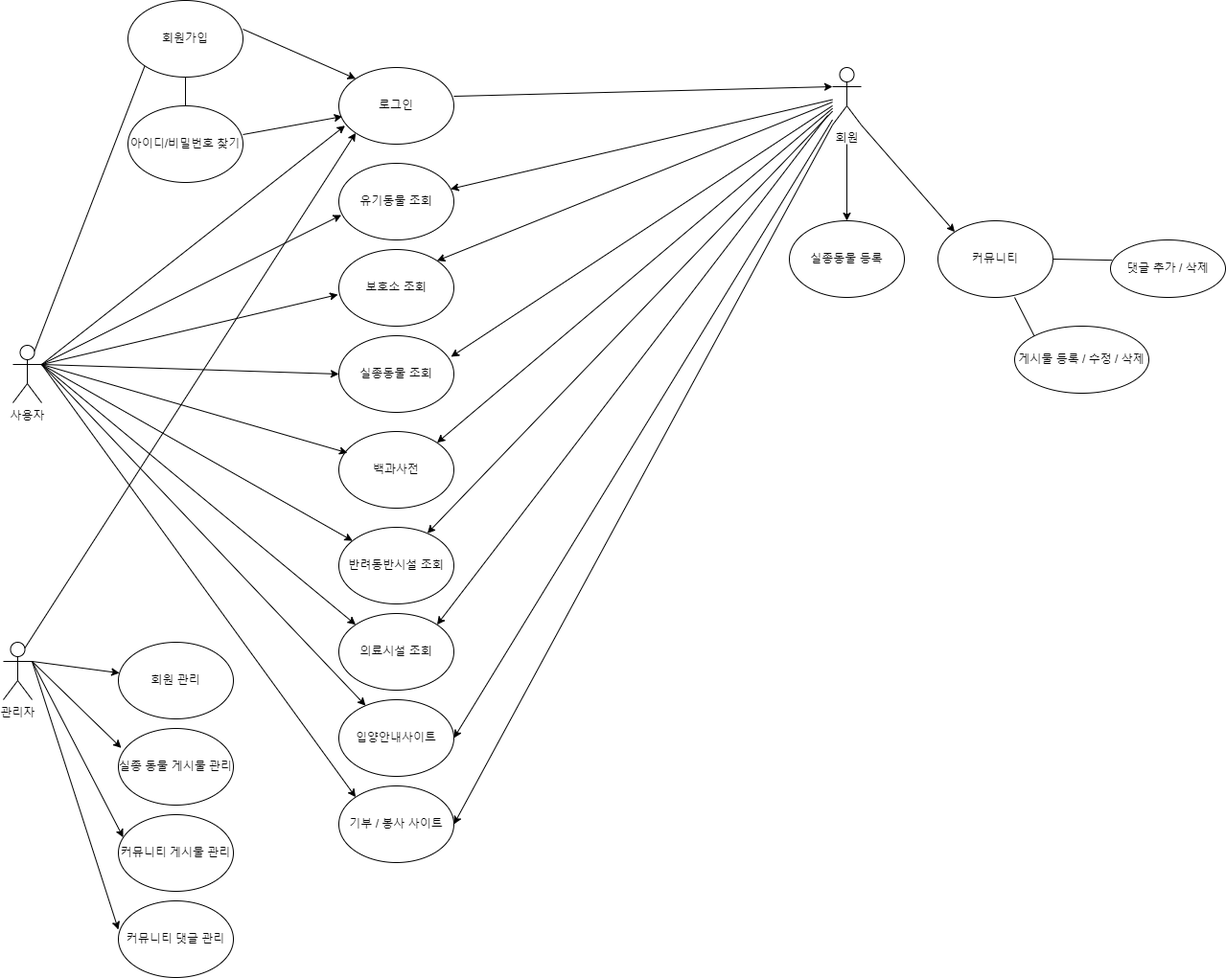
The draw.io diagram public/img/GOP 다이어그램.drawio.png in zkszka/GOPprj, before a commit. Source tidied: cells renumbered, new cells last; positions are measured from the earlier drawing's top-left corner, leaving out a move shared by most shapes.
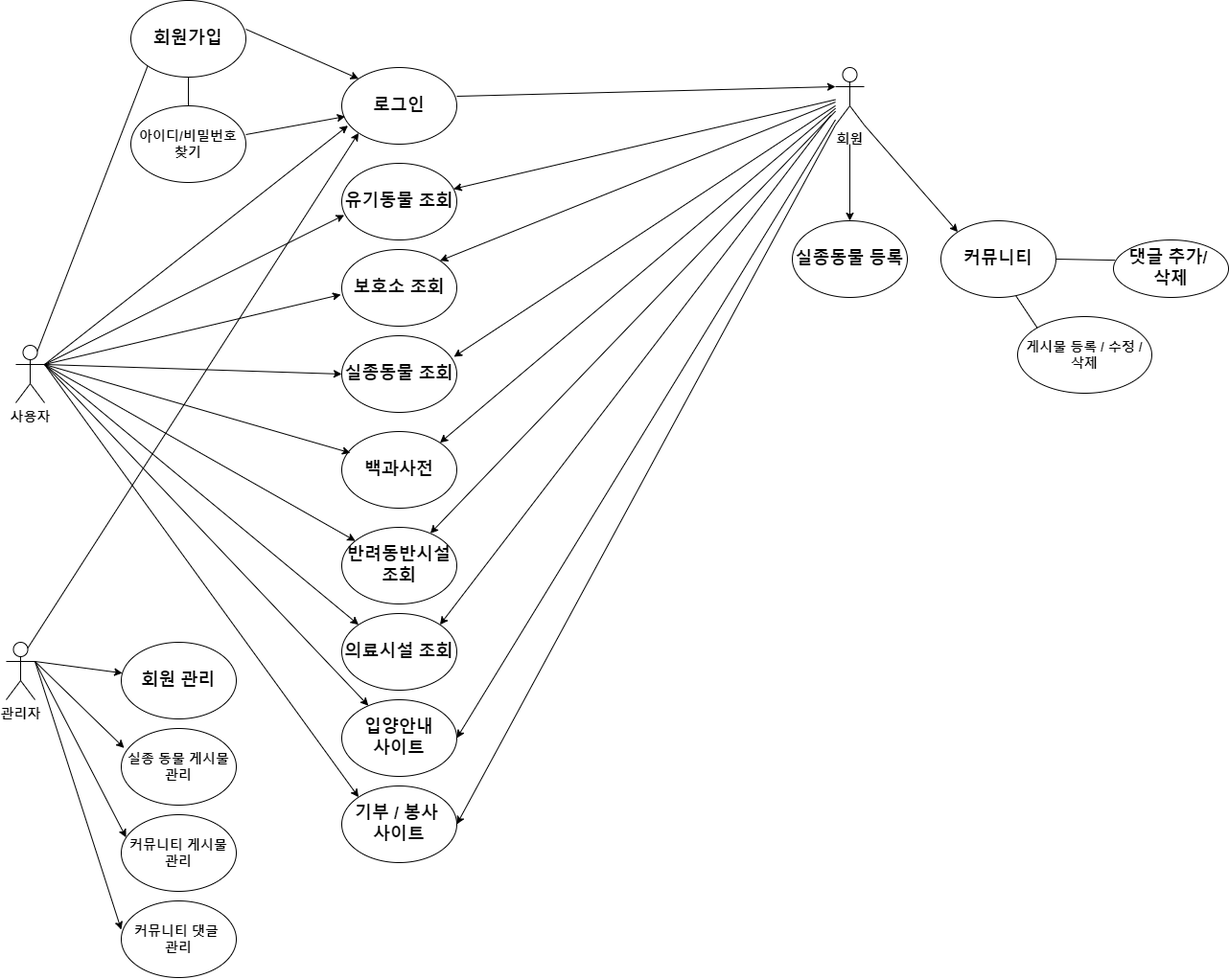
Above is the later version.

Commit message:
GOP 다이어그램.drawio.png 업데이트

What changed in the source:
```diff
@@ -2,64 +2,64 @@
   <root>
     <mxCell id="0" />
     <mxCell id="1" parent="0" />
-    <mxCell id="2" value="사용자" style="shape=umlActor;verticalLabelPosition=bottom;verticalAlign=top;html=1;outlineConnect=0;" parent="1" vertex="1">
+    <mxCell id="2" value="&lt;font style=&quot;font-size: 14px;&quot;&gt;&lt;b&gt;사용자&lt;/b&gt;&lt;/font&gt;" style="shape=umlActor;verticalLabelPosition=bottom;verticalAlign=top;html=1;outlineConnect=0;" parent="1" vertex="1">
       <mxGeometry x="10" y="360" width="30" height="60" as="geometry" />
     </mxCell>
-    <mxCell id="3" value="회원가입" style="ellipse;whiteSpace=wrap;html=1;" parent="1" vertex="1">
+    <mxCell id="3" value="&lt;font style=&quot;font-size: 18px;&quot;&gt;&lt;b style=&quot;&quot;&gt;회원가입&lt;/b&gt;&lt;/font&gt;" style="ellipse;whiteSpace=wrap;html=1;" parent="1" vertex="1">
       <mxGeometry x="130" width="120" height="80" as="geometry" />
     </mxCell>
-    <mxCell id="4" value="아이디/비밀번호 찾기" style="ellipse;whiteSpace=wrap;html=1;" parent="1" vertex="1">
+    <mxCell id="4" value="&lt;font style=&quot;font-size: 14px;&quot;&gt;&lt;b&gt;아이디/비밀번호 찾기&lt;/b&gt;&lt;/font&gt;" style="ellipse;whiteSpace=wrap;html=1;" parent="1" vertex="1">
       <mxGeometry x="130" y="110" width="120" height="80" as="geometry" />
     </mxCell>
-    <mxCell id="5" value="로그인" style="ellipse;whiteSpace=wrap;html=1;" parent="1" vertex="1">
+    <mxCell id="5" value="&lt;font style=&quot;font-size: 18px;&quot;&gt;&lt;b&gt;로그인&lt;/b&gt;&lt;/font&gt;" style="ellipse;whiteSpace=wrap;html=1;" parent="1" vertex="1">
       <mxGeometry x="350" y="70" width="120" height="80" as="geometry" />
     </mxCell>
-    <mxCell id="6" value="유기동물 조회" style="ellipse;whiteSpace=wrap;html=1;" parent="1" vertex="1">
+    <mxCell id="6" value="&lt;font style=&quot;font-size: 18px;&quot;&gt;&lt;b&gt;유기동물 조회&lt;/b&gt;&lt;/font&gt;" style="ellipse;whiteSpace=wrap;html=1;" parent="1" vertex="1">
       <mxGeometry x="350" y="170" width="120" height="80" as="geometry" />
     </mxCell>
-    <mxCell id="7" value="회원" style="shape=umlActor;verticalLabelPosition=bottom;verticalAlign=top;html=1;outlineConnect=0;" parent="1" vertex="1">
+    <mxCell id="7" value="&lt;font style=&quot;font-size: 14px;&quot;&gt;&lt;b&gt;회원&lt;/b&gt;&lt;/font&gt;" style="shape=umlActor;verticalLabelPosition=bottom;verticalAlign=top;html=1;outlineConnect=0;" parent="1" vertex="1">
       <mxGeometry x="865" y="70" width="30" height="60" as="geometry" />
     </mxCell>
-    <mxCell id="8" value="보호소 조회" style="ellipse;whiteSpace=wrap;html=1;" parent="1" vertex="1">
+    <mxCell id="8" value="&lt;font style=&quot;font-size: 18px;&quot;&gt;&lt;b&gt;보호소 조회&lt;/b&gt;&lt;/font&gt;" style="ellipse;whiteSpace=wrap;html=1;" parent="1" vertex="1">
       <mxGeometry x="350" y="260" width="120" height="80" as="geometry" />
     </mxCell>
-    <mxCell id="9" value="실종동물 조회" style="ellipse;whiteSpace=wrap;html=1;" parent="1" vertex="1">
+    <mxCell id="9" value="&lt;font style=&quot;font-size: 18px;&quot;&gt;&lt;b&gt;실종동물 조회&lt;/b&gt;&lt;/font&gt;" style="ellipse;whiteSpace=wrap;html=1;" parent="1" vertex="1">
       <mxGeometry x="350" y="350" width="120" height="80" as="geometry" />
     </mxCell>
-    <mxCell id="10" value="반려동반시설 조회" style="ellipse;whiteSpace=wrap;html=1;" parent="1" vertex="1">
+    <mxCell id="10" value="&lt;font style=&quot;font-size: 18px;&quot;&gt;&lt;b&gt;반려동반시설 조회&lt;/b&gt;&lt;/font&gt;" style="ellipse;whiteSpace=wrap;html=1;" parent="1" vertex="1">
       <mxGeometry x="350" y="550" width="120" height="80" as="geometry" />
     </mxCell>
-    <mxCell id="11" value="백과사전" style="ellipse;whiteSpace=wrap;html=1;" parent="1" vertex="1">
+    <mxCell id="11" value="&lt;font style=&quot;font-size: 18px;&quot;&gt;&lt;b&gt;백과사전&lt;/b&gt;&lt;/font&gt;" style="ellipse;whiteSpace=wrap;html=1;" parent="1" vertex="1">
       <mxGeometry x="350" y="450" width="120" height="80" as="geometry" />
     </mxCell>
-    <mxCell id="12" value="의료시설 조회" style="ellipse;whiteSpace=wrap;html=1;" parent="1" vertex="1">
+    <mxCell id="12" value="&lt;font style=&quot;font-size: 18px;&quot;&gt;&lt;b&gt;의료시설 조회&lt;/b&gt;&lt;/font&gt;" style="ellipse;whiteSpace=wrap;html=1;" parent="1" vertex="1">
       <mxGeometry x="350" y="640" width="120" height="80" as="geometry" />
     </mxCell>
-    <mxCell id="13" value="실종동물 등록" style="ellipse;whiteSpace=wrap;html=1;" parent="1" vertex="1">
+    <mxCell id="13" value="&lt;font style=&quot;font-size: 18px;&quot;&gt;&lt;b&gt;실종동물 등록&lt;/b&gt;&lt;/font&gt;" style="ellipse;whiteSpace=wrap;html=1;" parent="1" vertex="1">
       <mxGeometry x="820" y="230" width="120" height="80" as="geometry" />
     </mxCell>
-    <mxCell id="14" value="커뮤니티" style="ellipse;whiteSpace=wrap;html=1;" parent="1" vertex="1">
+    <mxCell id="14" value="&lt;font style=&quot;font-size: 18px;&quot;&gt;&lt;b&gt;커뮤니티&lt;/b&gt;&lt;/font&gt;" style="ellipse;whiteSpace=wrap;html=1;" parent="1" vertex="1">
       <mxGeometry x="975" y="230" width="120" height="80" as="geometry" />
     </mxCell>
-    <mxCell id="15" value="입양안내사이트" style="ellipse;whiteSpace=wrap;html=1;" parent="1" vertex="1">
+    <mxCell id="15" value="&lt;font style=&quot;font-size: 18px;&quot;&gt;&lt;b&gt;입양안내&lt;/b&gt;&lt;/font&gt;&lt;div&gt;&lt;font style=&quot;font-size: 18px;&quot;&gt;&lt;b&gt;사이트&lt;/b&gt;&lt;/font&gt;&lt;/div&gt;" style="ellipse;whiteSpace=wrap;html=1;" parent="1" vertex="1">
       <mxGeometry x="350" y="730" width="120" height="80" as="geometry" />
     </mxCell>
-    <mxCell id="16" value="기부 / 봉사 사이트" style="ellipse;whiteSpace=wrap;html=1;" parent="1" vertex="1">
+    <mxCell id="16" value="&lt;font style=&quot;font-size: 18px;&quot;&gt;&lt;b&gt;기부 / 봉사&amp;nbsp;&lt;/b&gt;&lt;/font&gt;&lt;div&gt;&lt;font style=&quot;font-size: 18px;&quot;&gt;&lt;b&gt;사이트&lt;/b&gt;&lt;/font&gt;&lt;/div&gt;" style="ellipse;whiteSpace=wrap;html=1;" parent="1" vertex="1">
       <mxGeometry x="350" y="820" width="120" height="80" as="geometry" />
     </mxCell>
-    <mxCell id="17" value="관리자" style="shape=umlActor;verticalLabelPosition=bottom;verticalAlign=top;html=1;outlineConnect=0;" parent="1" vertex="1">
+    <mxCell id="17" value="&lt;font style=&quot;font-size: 14px;&quot;&gt;&lt;b&gt;관리자&lt;/b&gt;&lt;/font&gt;" style="shape=umlActor;verticalLabelPosition=bottom;verticalAlign=top;html=1;outlineConnect=0;" parent="1" vertex="1">
       <mxGeometry y="670" width="30" height="60" as="geometry" />
     </mxCell>
-    <mxCell id="18" value="회원 관리" style="ellipse;whiteSpace=wrap;html=1;" parent="1" vertex="1">
+    <mxCell id="18" value="&lt;font style=&quot;font-size: 18px;&quot;&gt;&lt;b&gt;회원 관리&lt;/b&gt;&lt;/font&gt;" style="ellipse;whiteSpace=wrap;html=1;" parent="1" vertex="1">
       <mxGeometry x="120" y="670" width="120" height="80" as="geometry" />
     </mxCell>
-    <mxCell id="19" value="실종 동물 게시물 관리" style="ellipse;whiteSpace=wrap;html=1;" parent="1" vertex="1">
+    <mxCell id="19" value="&lt;font style=&quot;font-size: 14px;&quot;&gt;&lt;b style=&quot;&quot;&gt;실종 동물 게시물 관리&lt;/b&gt;&lt;/font&gt;" style="ellipse;whiteSpace=wrap;html=1;" parent="1" vertex="1">
       <mxGeometry x="120" y="760" width="120" height="80" as="geometry" />
     </mxCell>
-    <mxCell id="20" value="&lt;div&gt;커뮤니티 게시물 관리&lt;/div&gt;" style="ellipse;whiteSpace=wrap;html=1;" parent="1" vertex="1">
+    <mxCell id="20" value="&lt;div&gt;&lt;font style=&quot;font-size: 14px;&quot;&gt;&lt;b&gt;커뮤니티 게시물 관리&lt;/b&gt;&lt;/font&gt;&lt;/div&gt;" style="ellipse;whiteSpace=wrap;html=1;" parent="1" vertex="1">
       <mxGeometry x="120" y="850" width="120" height="80" as="geometry" />
     </mxCell>
-    <mxCell id="21" value="커뮤니티 댓글 관리" style="ellipse;whiteSpace=wrap;html=1;" parent="1" vertex="1">
+    <mxCell id="21" value="&lt;font style=&quot;font-size: 14px;&quot;&gt;&lt;b&gt;커뮤니티 댓글&amp;nbsp;&lt;/b&gt;&lt;/font&gt;&lt;div&gt;&lt;font style=&quot;font-size: 14px;&quot;&gt;&lt;b&gt;관리&lt;/b&gt;&lt;/font&gt;&lt;/div&gt;" style="ellipse;whiteSpace=wrap;html=1;" parent="1" vertex="1">
       <mxGeometry x="120" y="940" width="120" height="80" as="geometry" />
     </mxCell>
     <mxCell id="22" style="endArrow=classic;html=1;rounded=0;entryX=0;entryY=1;entryDx=0;entryDy=0;exitX=0.75;exitY=0.1;exitDx=0;exitDy=0;exitPerimeter=0;" parent="1" edge="1" source="17" target="5">
@@ -97,19 +97,17 @@
         <mxPoint x="895" y="130" as="sourcePoint" />
       </mxGeometry>
     </mxCell>
-    <mxCell id="31" value="게시물 등록 / 수정 / 삭제" style="ellipse;whiteSpace=wrap;html=1;" parent="1" vertex="1">
-      <mxGeometry x="1055" y="340" width="140" height="70" as="geometry" />
+    <mxCell id="31" value="&lt;font style=&quot;font-size: 14px;&quot;&gt;&lt;b&gt;게시물 등록 / 수정 / 삭제&lt;/b&gt;&lt;/font&gt;" style="ellipse;whiteSpace=wrap;html=1;" parent="1" vertex="1">
+      <mxGeometry x="1055" y="330" width="140" height="80" as="geometry" />
     </mxCell>
-    <mxCell id="32" value="댓글 추가 / 삭제" style="ellipse;whiteSpace=wrap;html=1;" parent="1" vertex="1">
+    <mxCell id="32" value="&lt;font style=&quot;font-size: 18px;&quot;&gt;&lt;b&gt;댓글 추가&lt;/b&gt;&lt;/font&gt;&lt;font style=&quot;background-color: initial; font-size: 18px;&quot;&gt;&lt;b&gt;/&amp;nbsp;&lt;/b&gt;&lt;/font&gt;&lt;div&gt;&lt;b style=&quot;background-color: initial; font-size: 18px;&quot;&gt;삭제&lt;/b&gt;&lt;/div&gt;" style="ellipse;whiteSpace=wrap;html=1;" parent="1" vertex="1">
       <mxGeometry x="1155" y="250" width="120" height="60" as="geometry" />
     </mxCell>
     <mxCell id="33" style="endArrow=none;html=1;rounded=0;entryX=0.014;entryY=0.352;entryDx=0;entryDy=0;entryPerimeter=0;exitX=1;exitY=0.5;exitDx=0;exitDy=0;" parent="1" edge="1" source="14" target="32">
       <mxGeometry relative="1" as="geometry" />
     </mxCell>
-    <mxCell id="34" style="endArrow=none;html=1;rounded=0;entryX=0;entryY=0;entryDx=0;entryDy=0;exitX=1;exitY=0.5;exitDx=0;exitDy=0;" parent="1" edge="1" target="31">
-      <mxGeometry relative="1" as="geometry">
-        <mxPoint x="1055" y="310" as="sourcePoint" />
-      </mxGeometry>
+    <mxCell id="34" style="endArrow=none;html=1;rounded=0;entryX=0;entryY=0;entryDx=0;entryDy=0;exitX=0.654;exitY=0.984;exitDx=0;exitDy=0;exitPerimeter=0;" parent="1" edge="1" source="14" target="31">
+      <mxGeometry relative="1" as="geometry" />
     </mxCell>
     <mxCell id="35" style="endArrow=classic;html=1;rounded=0;entryX=0;entryY=0.3333333333333333;entryDx=0;entryDy=0;entryPerimeter=0;" parent="1" edge="1" target="7">
       <mxGeometry relative="1" as="geometry">
```
